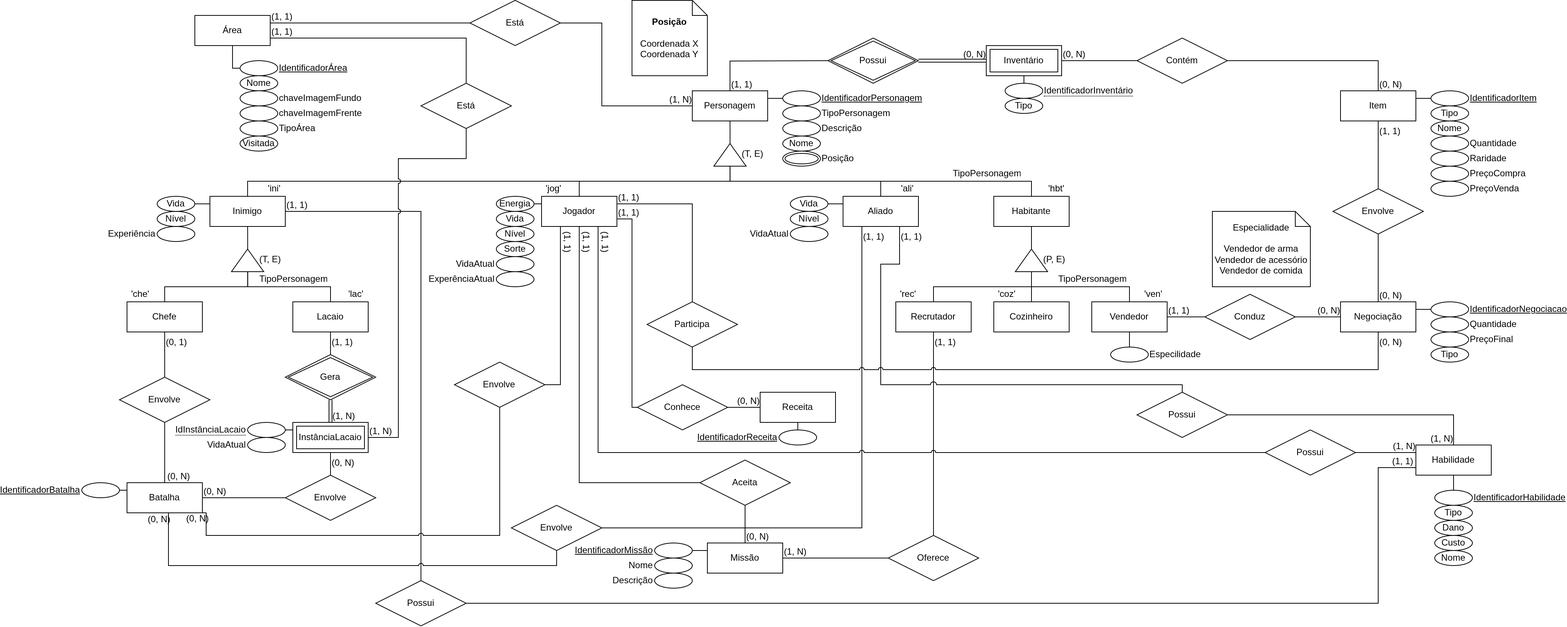
The draw.io diagram docs/assets/diagrama-entidade-relacionamento-personagem-v3.1.png in SBD1/2025.1-Marventura, before a commit. Source tidied: cells renumbered, new cells last; positions are measured from the earlier drawing's top-left corner, leaving out a move shared by most shapes.
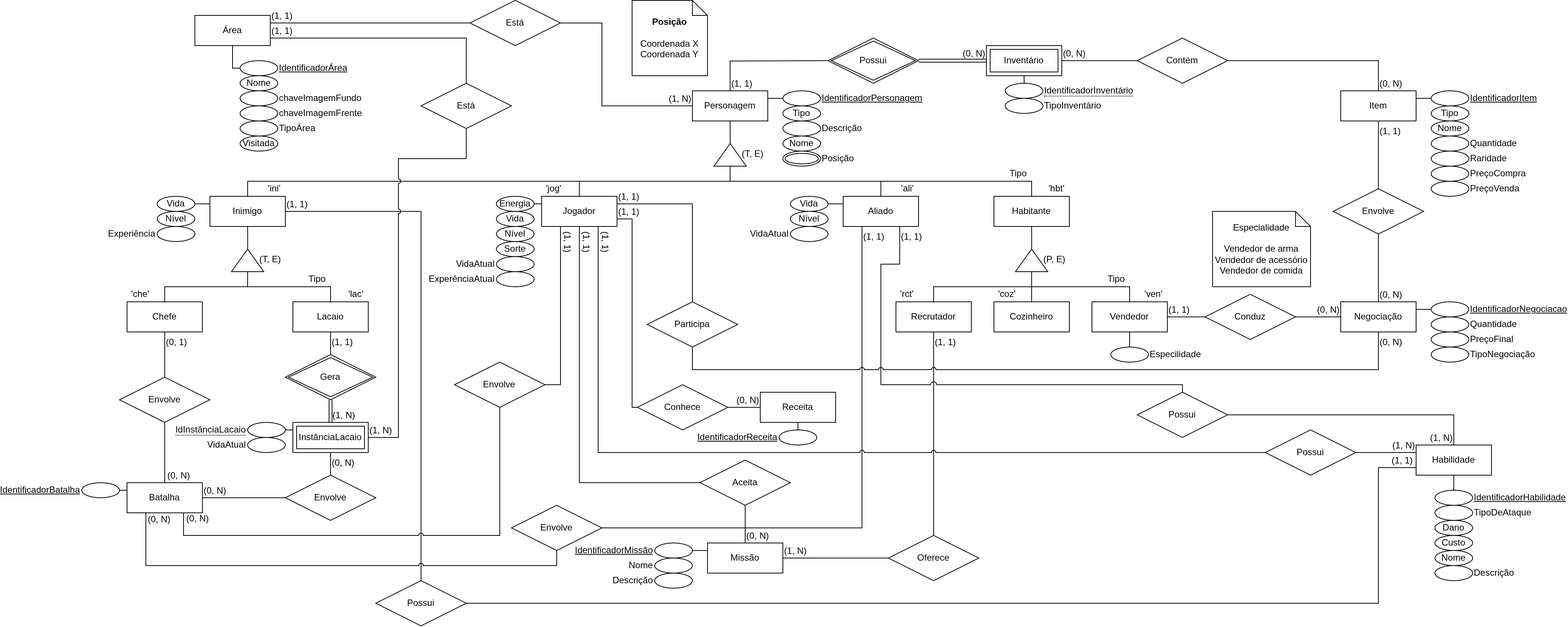
After the change.

What changed in the source:
```diff
@@ -244,9 +244,6 @@
     <mxCell id="62" value="(1, 1)" style="html=1;align=left;verticalAlign=top;labelPosition=right;verticalLabelPosition=bottom;horizontal=1;textDirection=vertical-lr;" parent="61" vertex="1">
       <mxGeometry x="1" relative="1" as="geometry" />
     </mxCell>
-    <mxCell id="63" value="TipoPersonagem" style="text;strokeColor=none;fillColor=none;spacingLeft=4;spacingRight=4;overflow=hidden;fontSize=12;html=1;verticalAlign=middle;whiteSpace=wrap;" parent="1" vertex="1">
-      <mxGeometry x="230" y="360" width="100" height="20" as="geometry" />
-    </mxCell>
     <mxCell id="64" style="endArrow=none;html=1;rounded=0;entryX=0.5;entryY=1;entryDx=0;entryDy=0;exitX=0.5;exitY=0;exitDx=0;exitDy=0;" parent="1" edge="1" source="107" target="38">
       <mxGeometry relative="1" as="geometry" />
     </mxCell>
@@ -262,7 +259,7 @@
     <mxCell id="68" value="'ven'" style="text;strokeColor=none;fillColor=none;spacingLeft=4;spacingRight=4;overflow=hidden;fontSize=12;whiteSpace=wrap;html=1;verticalAlign=middle;align=right;" parent="1" vertex="1">
       <mxGeometry x="1400" y="380" width="40" height="20" as="geometry" />
     </mxCell>
-    <mxCell id="69" value="'rec'" style="text;strokeColor=none;fillColor=none;spacingLeft=4;spacingRight=4;overflow=hidden;fontSize=12;whiteSpace=wrap;html=1;verticalAlign=middle;" parent="1" vertex="1">
+    <mxCell id="69" value="'rct'" style="text;strokeColor=none;fillColor=none;spacingLeft=4;spacingRight=4;overflow=hidden;fontSize=12;whiteSpace=wrap;html=1;verticalAlign=middle;" parent="1" vertex="1">
       <mxGeometry x="1080" y="380" width="40" height="20" as="geometry" />
     </mxCell>
     <mxCell id="70" value="'hbt'" style="text;strokeColor=none;fillColor=none;spacingLeft=4;spacingRight=4;overflow=hidden;fontSize=12;whiteSpace=wrap;html=1;verticalAlign=middle;align=right;" parent="1" vertex="1">
@@ -277,7 +274,7 @@
     <mxCell id="73" value="'che'" style="text;strokeColor=none;fillColor=none;spacingLeft=4;spacingRight=4;overflow=hidden;fontSize=12;whiteSpace=wrap;html=1;verticalAlign=middle;" parent="1" vertex="1">
       <mxGeometry x="60" y="380" width="40" height="20" as="geometry" />
     </mxCell>
-    <mxCell id="74" value="TipoPersonagem" style="ellipse;whiteSpace=wrap;html=1;align=left;labelPosition=right;verticalLabelPosition=middle;verticalAlign=middle;" parent="1" vertex="1">
+    <mxCell id="74" value="Tipo" style="ellipse;whiteSpace=wrap;html=1;align=center;labelPosition=center;verticalLabelPosition=middle;verticalAlign=middle;" parent="1" vertex="1">
       <mxGeometry x="930" y="140" width="50" height="20" as="geometry" />
     </mxCell>
     <mxCell id="75" value="IdentificadorPersonagem" style="ellipse;whiteSpace=wrap;html=1;align=left;fontStyle=4;labelPosition=right;verticalLabelPosition=middle;verticalAlign=middle;" parent="1" vertex="1">
@@ -447,7 +444,7 @@
     <mxCell id="125" value="IdentificadorNegociacao" style="ellipse;whiteSpace=wrap;html=1;align=left;fontStyle=4;labelPosition=right;verticalLabelPosition=middle;verticalAlign=middle;" parent="1" vertex="1">
       <mxGeometry x="1790" y="400" width="50" height="20" as="geometry" />
     </mxCell>
-    <mxCell id="126" value="Tipo" style="ellipse;whiteSpace=wrap;html=1;align=center;fontStyle=0;labelPosition=center;verticalLabelPosition=middle;verticalAlign=middle;" parent="1" vertex="1">
+    <mxCell id="126" value="TipoNegociação" style="ellipse;whiteSpace=wrap;html=1;align=left;fontStyle=0;labelPosition=right;verticalLabelPosition=middle;verticalAlign=middle;" parent="1" vertex="1">
       <mxGeometry x="1790" y="460" width="50" height="20" as="geometry" />
     </mxCell>
     <mxCell id="127" value="Possui" style="shape=rhombus;perimeter=rhombusPerimeter;whiteSpace=wrap;html=1;align=center;" parent="1" vertex="1">
@@ -524,7 +521,7 @@
       <mxGeometry relative="1" as="geometry">
         <Array as="points">
           <mxPoint x="630" y="750" />
-          <mxPoint x="115" y="750" />
+          <mxPoint x="85" y="750" />
         </Array>
       </mxGeometry>
     </mxCell>
@@ -542,8 +539,8 @@
     <mxCell id="151" style="html=1;rounded=0;exitX=0.5;exitY=1;exitDx=0;exitDy=0;entryX=0.75;entryY=1;entryDx=0;entryDy=0;edgeStyle=orthogonalEdgeStyle;endArrow=none;startFill=0;jumpStyle=arc;" parent="1" edge="1" source="153" target="139">
       <mxGeometry relative="1" as="geometry">
         <Array as="points">
-          <mxPoint x="555" y="710" />
-          <mxPoint x="165" y="710" />
+          <mxPoint x="554" y="710" />
+          <mxPoint x="135" y="710" />
         </Array>
       </mxGeometry>
     </mxCell>
@@ -559,7 +556,7 @@
     <mxCell id="155" style="edgeStyle=orthogonalEdgeStyle;rounded=0;jettySize=auto;html=1;endArrow=none;startFill=0;entryX=0.5;entryY=1;entryDx=0;entryDy=0;exitX=0.5;exitY=0;exitDx=0;exitDy=0;" parent="1" edge="1" source="180" target="157">
       <mxGeometry relative="1" as="geometry" />
     </mxCell>
-    <mxCell id="156" value="Tipo" style="ellipse;whiteSpace=wrap;html=1;align=center;" parent="1" vertex="1">
+    <mxCell id="156" value="TipoInventário" style="ellipse;whiteSpace=wrap;html=1;align=left;labelPosition=right;verticalLabelPosition=middle;verticalAlign=middle;" parent="1" vertex="1">
       <mxGeometry x="1225" y="130" width="50" height="20" as="geometry" />
     </mxCell>
     <mxCell id="157" value="Inventário" style="shape=ext;margin=3;double=1;whiteSpace=wrap;html=1;align=center;" parent="1" vertex="1">
@@ -651,13 +648,10 @@
     <mxCell id="184" value="Descrição" style="ellipse;whiteSpace=wrap;html=1;align=left;labelPosition=right;verticalLabelPosition=middle;verticalAlign=middle;" parent="1" vertex="1">
       <mxGeometry x="930" y="160" width="50" height="20" as="geometry" />
     </mxCell>
-    <mxCell id="185" value="TipoPersonagem" style="text;strokeColor=none;fillColor=none;spacingLeft=4;spacingRight=4;overflow=hidden;fontSize=12;html=1;verticalAlign=middle;whiteSpace=wrap;" parent="1" vertex="1">
-      <mxGeometry x="1150" y="220" width="100" height="20" as="geometry" />
+    <mxCell id="185" value="Tipo" style="text;strokeColor=none;fillColor=none;spacingLeft=4;spacingRight=4;overflow=hidden;fontSize=12;html=1;verticalAlign=middle;whiteSpace=wrap;align=right;" parent="1" vertex="1">
+      <mxGeometry x="1220" y="220" width="40" height="20" as="geometry" />
     </mxCell>
-    <mxCell id="186" value="TipoPersonagem" style="text;strokeColor=none;fillColor=none;spacingLeft=4;spacingRight=4;overflow=hidden;fontSize=12;html=1;verticalAlign=middle;whiteSpace=wrap;" parent="1" vertex="1">
-      <mxGeometry x="1290" y="360" width="100" height="20" as="geometry" />
-    </mxCell>
-    <mxCell id="187" value="Tipo" style="ellipse;whiteSpace=wrap;html=1;align=center;" parent="1" vertex="1">
+    <mxCell id="187" value="TipoDeAtaque" style="ellipse;whiteSpace=wrap;html=1;align=left;labelPosition=right;verticalLabelPosition=middle;verticalAlign=middle;" parent="1" vertex="1">
       <mxGeometry x="1795" y="670" width="50" height="20" as="geometry" />
     </mxCell>
     <mxCell id="188" value="Está" style="shape=rhombus;perimeter=rhombusPerimeter;whiteSpace=wrap;html=1;align=center;" parent="1" vertex="1">
@@ -729,5 +723,14 @@
     <mxCell id="205" value="(1, N)" style="html=1;align=left;verticalAlign=bottom;labelPosition=right;verticalLabelPosition=top;" parent="204" vertex="1">
       <mxGeometry x="1" relative="1" as="geometry" />
     </mxCell>
+    <mxCell id="206" value="Tipo" style="text;strokeColor=none;fillColor=none;spacingLeft=4;spacingRight=4;overflow=hidden;fontSize=12;html=1;verticalAlign=middle;whiteSpace=wrap;align=right;" parent="1" vertex="1">
+      <mxGeometry x="1350" y="360" width="40" height="20" as="geometry" />
+    </mxCell>
+    <mxCell id="207" value="Tipo" style="text;strokeColor=none;fillColor=none;spacingLeft=4;spacingRight=4;overflow=hidden;fontSize=12;html=1;verticalAlign=middle;whiteSpace=wrap;align=right;" parent="1" vertex="1">
+      <mxGeometry x="290" y="360" width="40" height="20" as="geometry" />
+    </mxCell>
+    <mxCell id="208" value="Descrição" style="ellipse;whiteSpace=wrap;html=1;align=left;labelPosition=right;verticalLabelPosition=middle;verticalAlign=middle;" parent="1" vertex="1">
+      <mxGeometry x="1795" y="750" width="50" height="20" as="geometry" />
+    </mxCell>
   </root>
 </mxGraphModel>
```
